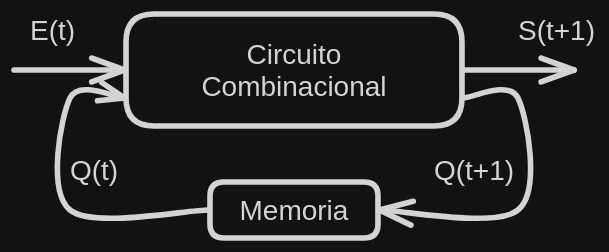
agustinbravop/utn-vault keeps this Excalidraw diagram as 1er Nivel/Arquitectura de Computadoras/attachments/Circuitos Secuenciales 2024-07-31 00.44.22.excalidraw.svg. Above is the earlier version. Source tidied: one line per element, renumbered; positions are measured from the earlier drawing's top-left corner, leaving out a move shared by most shapes.
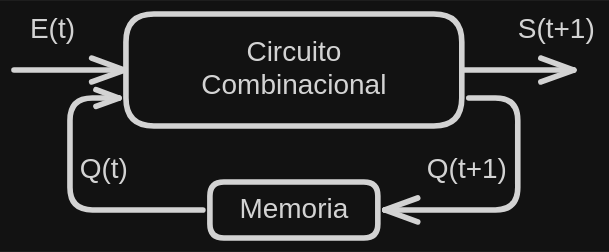
Above is the later version.

Diff of the diagram source:
```diff
@@ -1,13 +1,13 @@
 {"id": 0, "type": "rectangle", "strokeColor": "#1e1e1e", "strokeWidth": 4, "roughness": 0, "round": true, "x": 80, "y": 0, "width": 240, "height": 80}
 {"id": 1, "type": "text", "text": "Circuito\nCombinacional", "strokeColor": "#1e1e1e", "strokeWidth": 4, "roughness": 0, "fontSize": 20, "fontFamily": 2, "textAlign": "center", "verticalAlign": "middle", "inside": 0, "x": 134, "y": 17, "width": 132, "height": 46}
 {"id": 2, "type": "rectangle", "strokeColor": "#1e1e1e", "strokeWidth": 4, "roughness": 0, "round": true, "x": 140, "y": 120, "width": 120, "height": 40}
-{"id": 3, "type": "text", "text": "Memoria", "strokeColor": "#1e1e1e", "strokeWidth": 4, "roughness": 0, "fontSize": 20, "fontFamily": 2, "textAlign": "center", "verticalAlign": "middle", "inside": 2, "x": 161, "y": 128, "width": 78, "height": 23}
+{"id": 3, "type": "text", "text": "Memoria", "strokeColor": "#1e1e1e", "strokeWidth": 4, "roughness": 0, "fontSize": 20, "fontFamily": 2, "textAlign": "center", "verticalAlign": "middle", "inside": 2, "x": 161, "y": 128, "width": 79, "height": 23}
 {"id": 4, "type": "arrow", "strokeColor": "#1e1e1e", "strokeWidth": 4, "roughness": 0, "endArrowhead": "arrow", "round": true, "to": 0, "x": 0, "y": 40, "width": 79, "height": 0, "points": [[0, 0], [79, 0]]}
 {"id": 5, "type": "arrow", "strokeColor": "#1e1e1e", "strokeWidth": 4, "roughness": 0, "endArrowhead": "arrow", "round": true, "from": 0, "x": 321, "y": 40, "width": 79, "height": 0, "points": [[0, 0], [79, 0]]}
-{"id": 6, "type": "arrow", "strokeColor": "#1e1e1e", "strokeWidth": 4, "roughness": 0, "endArrowhead": "arrow", "round": true, "from": 2, "to": 0, "x": 139, "y": 140, "width": 99, "height": 80, "points": [[0, 0], [-99, 0], [-99, -80], [-60, -80]]}
+{"id": 6, "type": "arrow", "strokeColor": "#1e1e1e", "strokeWidth": 4, "roughness": 0, "endArrowhead": "arrow", "from": 2, "to": 0, "x": 135, "y": 140, "width": 95, "height": 80, "points": [[0, 0], [-95, 0], [-95, -80], [-60, -80]]}
-{"id": 7, "type": "arrow", "strokeColor": "#1e1e1e", "strokeWidth": 4, "roughness": 0, "endArrowhead": "arrow", "round": true, "from": 0, "to": 2, "x": 321, "y": 60, "width": 99, "height": 80, "points": [[0, 0], [39, 0], [39, 80], [-60, 80]]}
+{"id": 7, "type": "arrow", "strokeColor": "#1e1e1e", "strokeWidth": 4, "roughness": 0, "endArrowhead": "arrow", "from": 0, "to": 2, "x": 325, "y": 60, "width": 95, "height": 80, "points": [[0, 0], [35, 0], [35, 80], [-60, 80]]}
 {"id": 8, "type": "text", "text": "S", "strokeColor": "#ffffff", "strokeWidth": 4, "roughness": 0, "fontSize": 20, "fontFamily": 2, "textAlign": "center", "x": 336, "y": 10, "width": 13, "height": 23}
 {"id": 9, "type": "text", "text": "S(t+1)", "strokeColor": "#1e1e1e", "strokeWidth": 4, "roughness": 0, "fontSize": 20, "fontFamily": 2, "textAlign": "center", "x": 360, "y": 0, "width": 55, "height": 23}
-{"id": 10, "type": "text", "text": "E(t)", "strokeColor": "#1e1e1e", "strokeWidth": 4, "roughness": 0, "fontSize": 20, "fontFamily": 2, "textAlign": "center", "x": 11, "y": 0, "width": 32, "height": 23}
+{"id": 10, "type": "text", "text": "E(t)", "strokeColor": "#1e1e1e", "strokeWidth": 4, "roughness": 0, "fontSize": 20, "fontFamily": 2, "textAlign": "center", "x": 11, "y": 0, "width": 34, "height": 23}
-{"id": 11, "type": "text", "text": "Q(t)", "strokeColor": "#1e1e1e", "strokeWidth": 4, "roughness": 0, "fontSize": 20, "fontFamily": 2, "textAlign": "center", "x": 40, "y": 100, "width": 34, "height": 23}
+{"id": 11, "type": "text", "text": "Q(t)", "strokeColor": "#1e1e1e", "strokeWidth": 4, "roughness": 0, "fontSize": 20, "fontFamily": 2, "textAlign": "center", "x": 47, "y": 100, "width": 35, "height": 23}
-{"id": 12, "type": "text", "text": "Q(t+1)", "strokeColor": "#1e1e1e", "strokeWidth": 4, "roughness": 0, "fontSize": 20, "fontFamily": 2, "textAlign": "center", "x": 300, "y": 100, "width": 57, "height": 23}
+{"id": 12, "type": "text", "text": "Q(t+1)", "strokeColor": "#1e1e1e", "strokeWidth": 4, "roughness": 0, "fontSize": 20, "fontFamily": 2, "textAlign": "center", "x": 295, "y": 100, "width": 58, "height": 23}
```
